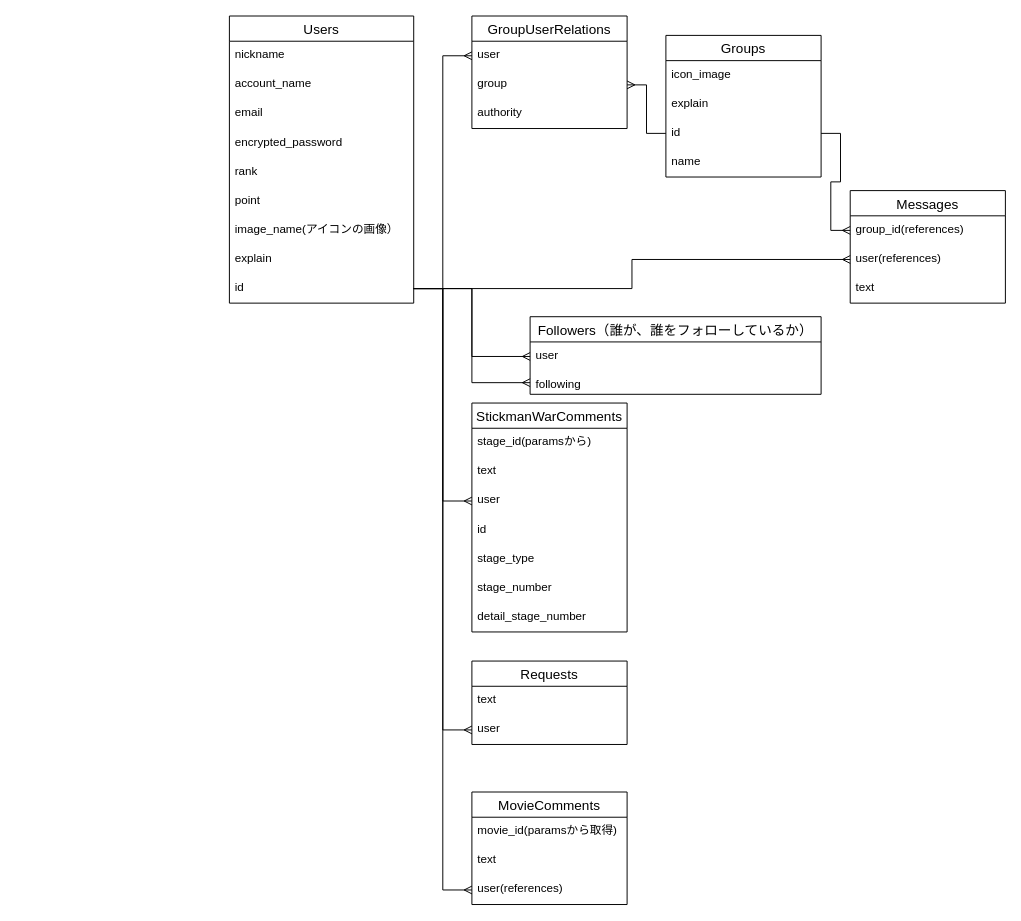
The draw.io diagram database.dio in runba3011/runba_home, before the edit. Source tidied: cells renumbered, new cells numbered last; positions are measured from the earlier drawing's top-left corner, leaving out a move shared by most shapes. Both pictures are drawn from the tidied source at 97%, with x=0, y=0 at pixel (229, 16).
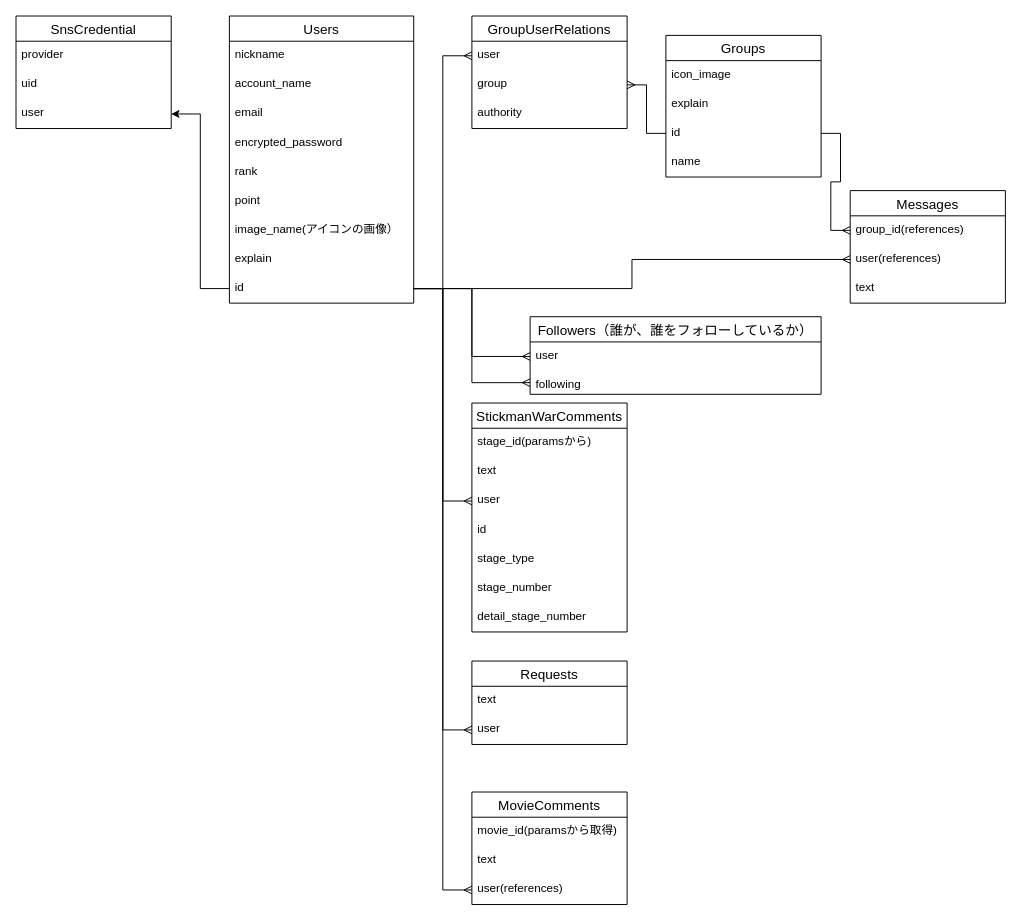
The same diagram, later.

Unchanged cells that the change refers to:
```xml
<mxCell id="11" value="id" style="text;strokeColor=none;fillColor=none;spacingLeft=4;spacingRight=4;overflow=hidden;points=[[0,0.5],[1,0.5]];portConstraint=eastwest;fontSize=12;" parent="2" vertex="1">
  <mxGeometry y="266" width="190" height="30" as="geometry" />
</mxCell>
```

What changed in the source:
```diff
@@
+    <mxCell id="52" value="SnsCredential" style="swimlane;fontStyle=0;horizontal=1;startSize=26;align=center;fontSize=14;" parent="1" vertex="1">
+      <mxGeometry x="-220" width="160" height="116" as="geometry" />
+    </mxCell>
+    <mxCell id="53" value="provider" style="text;strokeColor=none;fillColor=none;spacingLeft=4;spacingRight=4;overflow=hidden;fontSize=12;" parent="52" vertex="1">
+      <mxGeometry y="26" width="160" height="30" as="geometry" />
+    </mxCell>
+    <mxCell id="54" value="uid" style="text;strokeColor=none;fillColor=none;spacingLeft=4;spacingRight=4;overflow=hidden;fontSize=12;" parent="52" vertex="1">
+      <mxGeometry y="56" width="160" height="30" as="geometry" />
+    </mxCell>
+    <mxCell id="55" value="user" style="text;strokeColor=none;fillColor=none;spacingLeft=4;spacingRight=4;overflow=hidden;points=[[0,0.5],[1,0.5]];portConstraint=eastwest;fontSize=12;" parent="52" vertex="1">
+      <mxGeometry y="86" width="160" height="30" as="geometry" />
+    </mxCell>
+    <mxCell id="56" style="edgeStyle=orthogonalEdgeStyle;rounded=0;jettySize=auto;html=1;" parent="1" edge="1" source="11" target="55">
+      <mxGeometry relative="1" as="geometry" />
+    </mxCell>
```
